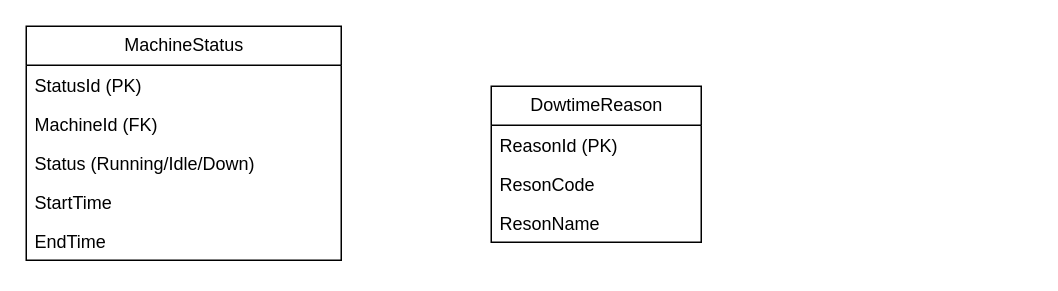
Before: page "Equipment / Machine Status" (5 of 6) of erd.drawio in anh0701/mes, a draw.io diagram. Source tidied: cells renumbered, new cells numbered last; positions are measured from the earlier drawing's top-left corner, leaving out a move shared by most shapes. Both pictures are drawn from the tidied source at 150%, with x=0, y=0 at pixel (26, 26).
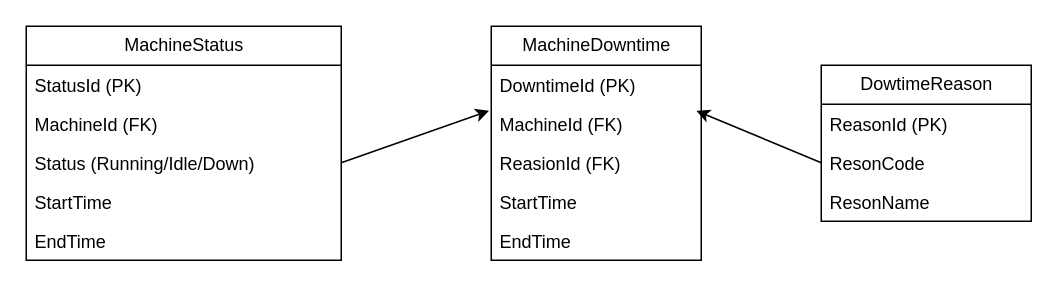
Above is the later version.

Diff of the diagram source:
```diff
@@
 <mxGraphModel>
   <root>
     <mxCell id="0" />
     <mxCell id="1" parent="0" />
     <mxCell id="2" value="DowtimeReason" style="swimlane;fontStyle=0;horizontal=1;startSize=26;fillColor=none;html=1;" parent="1" vertex="1">
-      <mxGeometry x="310" y="40" width="140" height="104" as="geometry" />
+      <mxGeometry x="530" y="26" width="140" height="104" as="geometry" />
     </mxCell>
     <mxCell id="3" value="ReasonId (PK)" style="text;strokeColor=none;fillColor=none;align=left;verticalAlign=top;spacingLeft=4;spacingRight=4;overflow=hidden;whiteSpace=wrap;html=1;" parent="2" vertex="1">
       <mxGeometry y="26" width="140" height="26" as="geometry" />
     </mxCell>
     <mxCell id="4" value="ResonCode&amp;nbsp;" style="text;strokeColor=none;fillColor=none;align=left;verticalAlign=top;spacingLeft=4;spacingRight=4;overflow=hidden;points=[[0,0.5],[1,0.5]];portConstraint=eastwest;whiteSpace=wrap;html=1;" parent="2" vertex="1">
       <mxGeometry y="52" width="140" height="26" as="geometry" />
     </mxCell>
     <mxCell id="5" value="ResonName" style="text;strokeColor=none;fillColor=none;align=left;verticalAlign=top;spacingLeft=4;spacingRight=4;overflow=hidden;whiteSpace=wrap;html=1;" parent="2" vertex="1">
       <mxGeometry y="78" width="140" height="26" as="geometry" />
     </mxCell>
     <mxCell id="6" value="MachineStatus" style="swimlane;fontStyle=0;horizontal=1;startSize=26;fillColor=none;html=1;" parent="1" vertex="1">
       <mxGeometry width="210" height="156" as="geometry" />
     </mxCell>
     <mxCell id="7" value="StatusId (PK)" style="text;strokeColor=none;fillColor=none;align=left;verticalAlign=top;spacingLeft=4;spacingRight=4;overflow=hidden;whiteSpace=wrap;html=1;" parent="6" vertex="1">
       <mxGeometry y="26" width="210" height="26" as="geometry" />
     </mxCell>
     <mxCell id="8" value="MachineId (FK)" style="text;strokeColor=none;fillColor=none;align=left;verticalAlign=top;spacingLeft=4;spacingRight=4;overflow=hidden;whiteSpace=wrap;html=1;" parent="6" vertex="1">
       <mxGeometry y="52" width="210" height="26" as="geometry" />
     </mxCell>
     <mxCell id="9" value="Status (Running/Idle/Down)" style="text;strokeColor=none;fillColor=none;align=left;verticalAlign=top;spacingLeft=4;spacingRight=4;overflow=hidden;points=[[0,0.5],[1,0.5]];portConstraint=eastwest;whiteSpace=wrap;html=1;" parent="6" vertex="1">
       <mxGeometry y="78" width="210" height="26" as="geometry" />
     </mxCell>
     <mxCell id="10" value="StartTime" style="text;strokeColor=none;fillColor=none;align=left;verticalAlign=top;spacingLeft=4;spacingRight=4;overflow=hidden;whiteSpace=wrap;html=1;" parent="6" vertex="1">
       <mxGeometry y="104" width="210" height="26" as="geometry" />
     </mxCell>
     <mxCell id="11" value="EndTime" style="text;strokeColor=none;fillColor=none;align=left;verticalAlign=top;spacingLeft=4;spacingRight=4;overflow=hidden;whiteSpace=wrap;html=1;" parent="6" vertex="1">
       <mxGeometry y="130" width="210" height="26" as="geometry" />
     </mxCell>
+    <mxCell id="12" value="MachineDowntime" style="swimlane;fontStyle=0;horizontal=1;startSize=26;fillColor=none;html=1;" parent="1" vertex="1">
+      <mxGeometry x="310" width="140" height="156" as="geometry" />
+    </mxCell>
+    <mxCell id="13" value="DowntimeId (PK)" style="text;strokeColor=none;fillColor=none;align=left;verticalAlign=top;spacingLeft=4;spacingRight=4;overflow=hidden;whiteSpace=wrap;html=1;" parent="12" vertex="1">
+      <mxGeometry y="26" width="140" height="26" as="geometry" />
+    </mxCell>
+    <mxCell id="14" value="MachineId (FK)" style="text;strokeColor=none;fillColor=none;align=left;verticalAlign=top;spacingLeft=4;spacingRight=4;overflow=hidden;points=[[0,0.5],[1,0.5]];portConstraint=eastwest;whiteSpace=wrap;html=1;" parent="12" vertex="1">
+      <mxGeometry y="52" width="140" height="26" as="geometry" />
+    </mxCell>
+    <mxCell id="15" value="ReasionId (FK)" style="text;strokeColor=none;fillColor=none;align=left;verticalAlign=top;spacingLeft=4;spacingRight=4;overflow=hidden;whiteSpace=wrap;html=1;" parent="12" vertex="1">
+      <mxGeometry y="78" width="140" height="26" as="geometry" />
+    </mxCell>
+    <mxCell id="16" value="StartTime" style="text;strokeColor=none;fillColor=none;align=left;verticalAlign=top;spacingLeft=4;spacingRight=4;overflow=hidden;whiteSpace=wrap;html=1;" parent="12" vertex="1">
+      <mxGeometry y="104" width="140" height="26" as="geometry" />
+    </mxCell>
+    <mxCell id="17" value="EndTime" style="text;strokeColor=none;fillColor=none;align=left;verticalAlign=top;spacingLeft=4;spacingRight=4;overflow=hidden;whiteSpace=wrap;html=1;" parent="12" vertex="1">
+      <mxGeometry y="130" width="140" height="26" as="geometry" />
+    </mxCell>
+    <mxCell id="18" style="edgeStyle=none;html=1;entryX=-0.011;entryY=0.168;entryDx=0;entryDy=0;entryPerimeter=0;exitX=1;exitY=0.5;exitDx=0;exitDy=0;" parent="1" edge="1" source="9" target="14">
+      <mxGeometry relative="1" as="geometry" />
+    </mxCell>
+    <mxCell id="19" style="edgeStyle=none;html=1;entryX=0.977;entryY=0.168;entryDx=0;entryDy=0;entryPerimeter=0;exitX=0;exitY=0.5;exitDx=0;exitDy=0;" parent="1" edge="1" source="4" target="14">
+      <mxGeometry relative="1" as="geometry" />
+    </mxCell>
   </root>
 </mxGraphModel>
```
